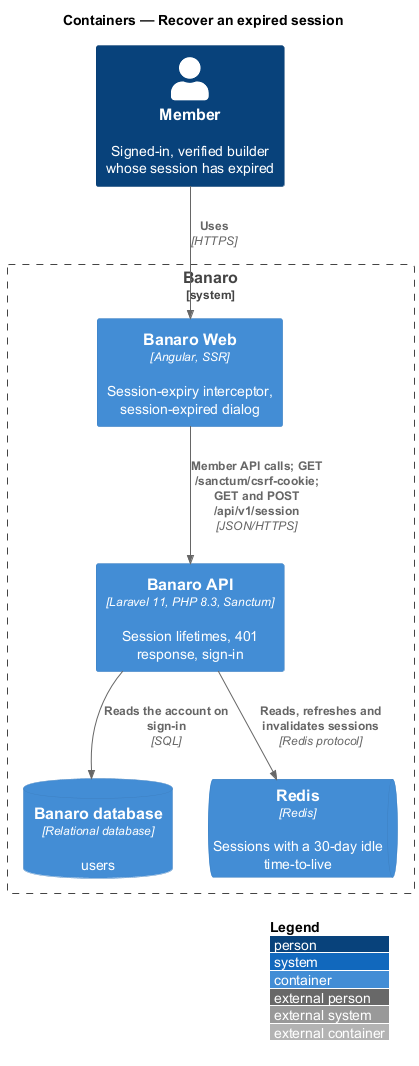
The PlantUML diagram docs/detailed-designs/identity/recover-expired-session/diagrams/c4-container.png in QuinntyneBrown/banaro, before a commit.
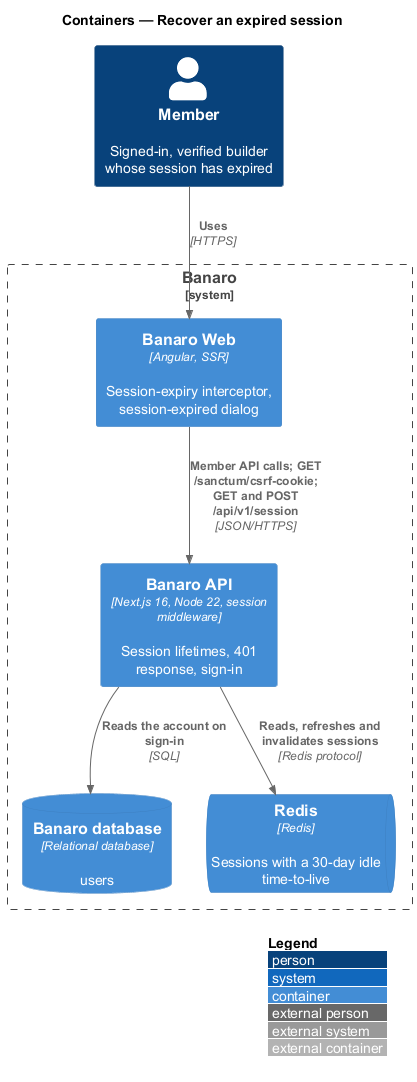
The same file after the commit.

Diff of the diagram source:
```diff
@@ -7,7 +7,7 @@
 
 System_Boundary(banaro, "Banaro") {
   Container(web, "Banaro Web", "Angular, SSR", "Session-expiry interceptor, session-expired dialog")
-  Container(api, "Banaro API", "Laravel 11, PHP 8.3, Sanctum", "Session lifetimes, 401 response, sign-in")
+  Container(api, "Banaro API", "Next.js 16, Node 22, session middleware", "Session lifetimes, 401 response, sign-in")
   ContainerDb(db, "Banaro database", "Relational database", "users")
   ContainerQueue(redis, "Redis", "Redis", "Sessions with a 30-day idle time-to-live")
 }
```
